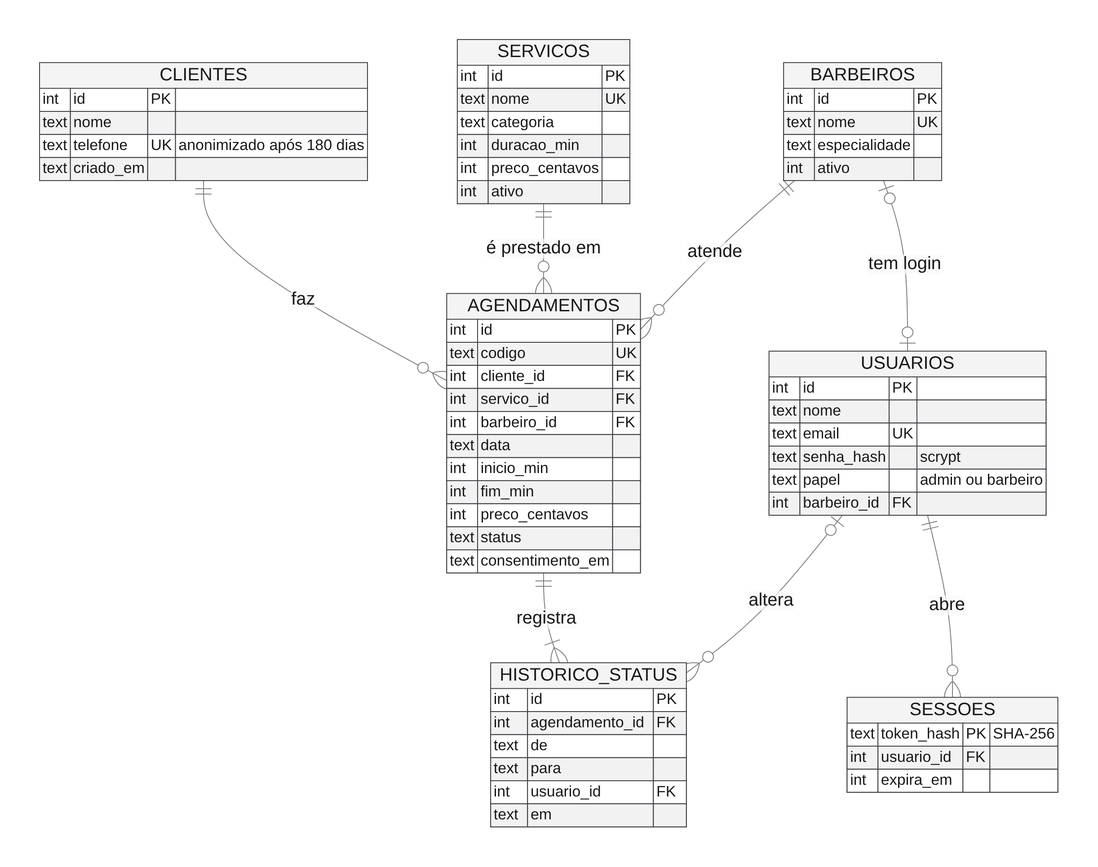
GustavoResendeDev/V2.AtividadeEscolar keeps this Mermaid diagram as docs/diagramas/06-der.png. Above is the earlier version. Its source is kept beside it as docs/diagramas/fonte/06-der.mmd.
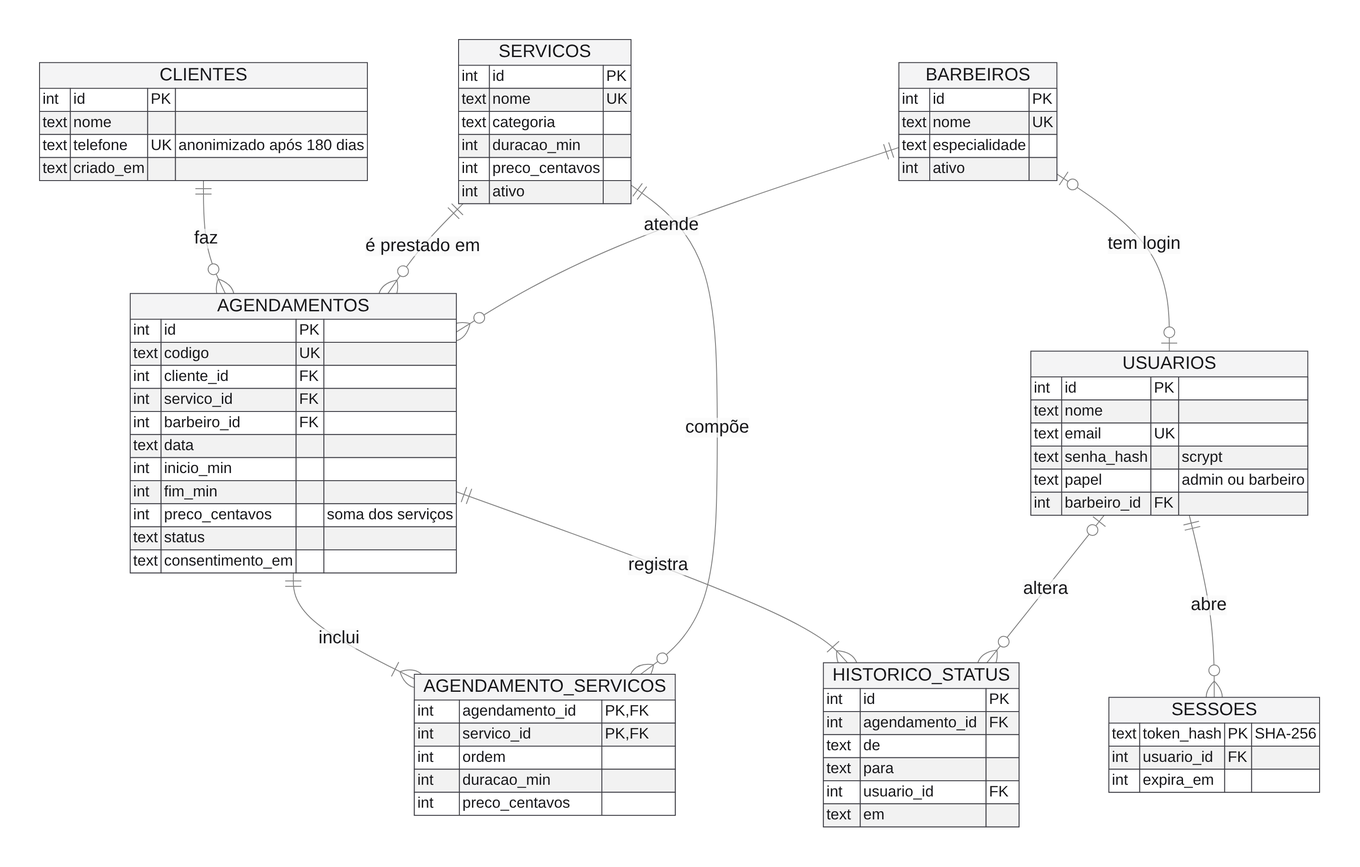
Above is the later version.

Change to the diagram source:
```diff
@@ -4,6 +4,8 @@
   BARBEIROS ||--o{ AGENDAMENTOS : "atende"
   BARBEIROS |o--o| USUARIOS : "tem login"
   USUARIOS ||--o{ SESSOES : "abre"
+  AGENDAMENTOS ||--|{ AGENDAMENTO_SERVICOS : "inclui"
+  SERVICOS ||--o{ AGENDAMENTO_SERVICOS : "compõe"
   AGENDAMENTOS ||--|{ HISTORICO_STATUS : "registra"
   USUARIOS |o--o{ HISTORICO_STATUS : "altera"
   CLIENTES {
@@ -35,9 +37,16 @@
     text data
     int inicio_min
     int fim_min
-    int preco_centavos
+    int preco_centavos "soma dos serviços"
     text status
     text consentimento_em
+  }
+  AGENDAMENTO_SERVICOS {
+    int agendamento_id PK,FK
+    int servico_id PK,FK
+    int ordem
+    int duracao_min
+    int preco_centavos
   }
   USUARIOS {
     int id PK
```
